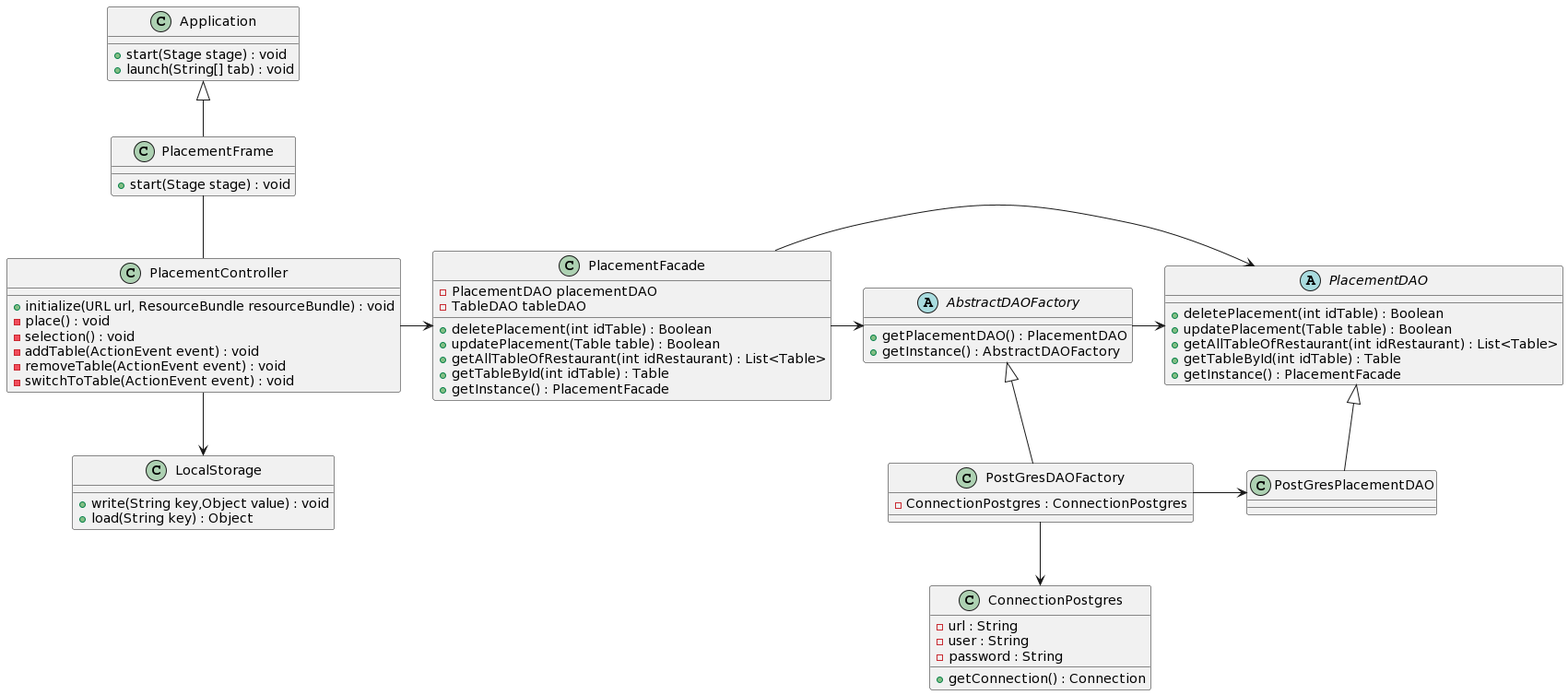
This is diagrammes/Placement/class-diagram-placement.png from thmsfnr/Simplify, a PlantUML export, as it was before one commit. Source of this version:
```plantuml
@startuml
class PlacementFrame {
  + start(Stage stage) : void
}

class Application {
  + start(Stage stage) : void
  + launch(String[] tab) : void
}

class PlacementController {
  + initialize(URL url, ResourceBundle resourceBundle) : void
  - place() : void
  - selection() : void
  - addTable(ActionEvent event) : void
  - removeTable(ActionEvent event) : void
  - switchToTable(ActionEvent event) : void
}


class PlacementFacade{
  - PlacementDAO placementDAO
  - TableDAO tableDAO
  + deletePlacement(int idTable) : Boolean
  + updatePlacement(Table table) : Boolean
  + getAllTableOfRestaurant(int idRestaurant) : List<Table>
  + getTableById(int idTable) : Table
  + getInstance() : PlacementFacade
}


abstract class AbstractDAOFactory{
  + getPlacementDAO() : PlacementDAO
  + getInstance() : AbstractDAOFactory
}

class PostGresDAOFactory{
  -ConnectionPostgres : ConnectionPostgres
}

class PostGresPlacementDAO{}


abstract class PlacementDAO{
  + deletePlacement(int idTable) : Boolean
  + updatePlacement(Table table) : Boolean
  + getAllTableOfRestaurant(int idRestaurant) : List<Table>
  + getTableById(int idTable) : Table
  + getInstance() : PlacementFacade
}

class ConnectionPostgres{
  - url : String
  - user : String
  - password : String
  + getConnection() : Connection
}

class LocalStorage{
 + write(String key,Object value) : void
 + load(String key) : Object
}

Application <|-- PlacementFrame

PlacementController -> PlacementFacade

PlacementController --> LocalStorage

PlacementFrame -- PlacementController


PlacementFacade -> PlacementDAO
PlacementFacade -> AbstractDAOFactory

AbstractDAOFactory <|-- PostGresDAOFactory
PlacementDAO <|-- PostGresPlacementDAO
PostGresDAOFactory --> ConnectionPostgres
PostGresDAOFactory -> PostGresPlacementDAO
AbstractDAOFactory -> PlacementDAO
@enduml
```
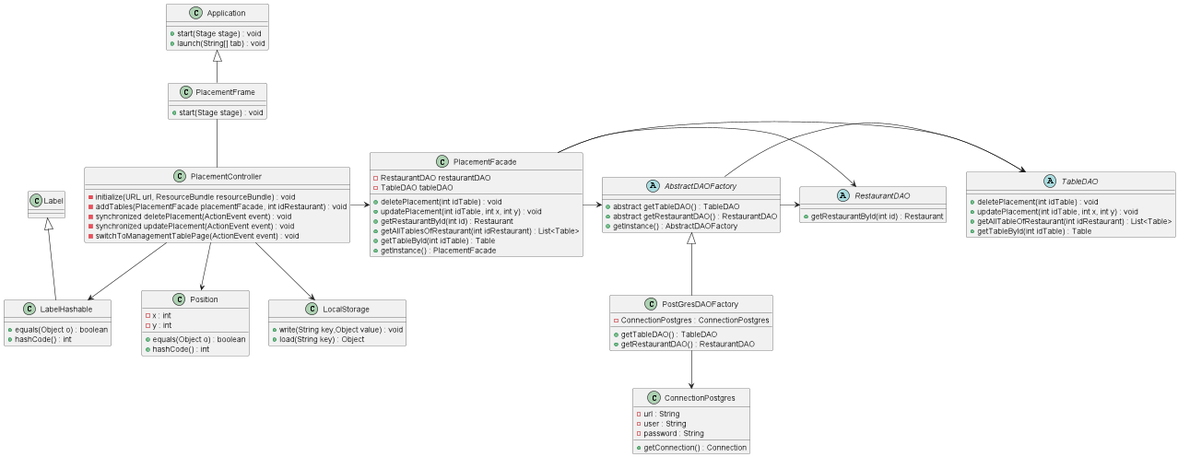
After the commit.

Change to the diagram source:
```diff
@@ -1,52 +1,72 @@
 @startuml
-class PlacementFrame {
-  + start(Stage stage) : void
-}
+
+
 
 class Application {
   + start(Stage stage) : void
   + launch(String[] tab) : void
 }
 
+class PlacementFrame extends Application {
+  + start(Stage stage) : void
+}
+
 class PlacementController {
-  + initialize(URL url, ResourceBundle resourceBundle) : void
-  - place() : void
-  - selection() : void
-  - addTable(ActionEvent event) : void
-  - removeTable(ActionEvent event) : void
-  - switchToTable(ActionEvent event) : void
+  - initialize(URL url, ResourceBundle resourceBundle) : void
+  - addTables(PlacementFacade placementFacade, int idRestaurant) : void
+  - synchronized deletePlacement(ActionEvent event) : void
+  - synchronized updatePlacement(ActionEvent event) : void
+  - switchToManagementTablePage(ActionEvent event) : void
 }
 
 
+
 class PlacementFacade{
-  - PlacementDAO placementDAO
+  - RestaurantDAO restaurantDAO
   - TableDAO tableDAO
-  + deletePlacement(int idTable) : Boolean
-  + updatePlacement(Table table) : Boolean
-  + getAllTableOfRestaurant(int idRestaurant) : List<Table>
+  + deletePlacement(int idTable) : void
+  + updatePlacement(int idTable, int x, int y) : void
+  + getRestaurantById(int id) : Restaurant
+  + getAllTablesOfRestaurant(int idRestaurant) : List<Table>
   + getTableById(int idTable) : Table
   + getInstance() : PlacementFacade
 }
 
+class LabelHashable extends Label {
+    + equals(Object o) : boolean
+    + hashCode() : int
+}
+
+class Position {
+  - x : int
+  - y : int
+  + equals(Object o) : boolean
+  + hashCode() : int
+}
+
 
 abstract class AbstractDAOFactory{
-  + getPlacementDAO() : PlacementDAO
+  + abstract getTableDAO() : TableDAO
+  + abstract getRestaurantDAO() : RestaurantDAO
   + getInstance() : AbstractDAOFactory
 }
 
-class PostGresDAOFactory{
+class PostGresDAOFactory extends AbstractDAOFactory{
   -ConnectionPostgres : ConnectionPostgres
+  + getTableDAO() : TableDAO
+  + getRestaurantDAO() : RestaurantDAO
 }
 
-class PostGresPlacementDAO{}
 
-
-abstract class PlacementDAO{
-  + deletePlacement(int idTable) : Boolean
-  + updatePlacement(Table table) : Boolean
+abstract class TableDAO{
+  + deletePlacement(int idTable) : void
+  + updatePlacement(int idTable, int x, int y) : void
   + getAllTableOfRestaurant(int idRestaurant) : List<Table>
   + getTableById(int idTable) : Table
-  + getInstance() : PlacementFacade
+}
+
+abstract class RestaurantDAO{
+  + getRestaurantById(int id) : Restaurant
 }
 
 class ConnectionPostgres{
@@ -61,21 +81,22 @@
  + load(String key) : Object
 }
 
-Application <|-- PlacementFrame
+
 
 PlacementController -> PlacementFacade
-
 PlacementController --> LocalStorage
+PlacementController --> Position
+PlacementController --> LabelHashable
 
 PlacementFrame -- PlacementController
 
+PlacementFacade -> AbstractDAOFactory
+PlacementFacade -> TableDAO
+PlacementFacade -> RestaurantDAO
 
-PlacementFacade -> PlacementDAO
-PlacementFacade -> AbstractDAOFactory
+PostGresDAOFactory --> ConnectionPostgres
 
-AbstractDAOFactory <|-- PostGresDAOFactory
-PlacementDAO <|-- PostGresPlacementDAO
-PostGresDAOFactory --> ConnectionPostgres
-PostGresDAOFactory -> PostGresPlacementDAO
-AbstractDAOFactory -> PlacementDAO
+AbstractDAOFactory -> TableDAO
+AbstractDAOFactory -> RestaurantDAO
+
 @enduml
```
